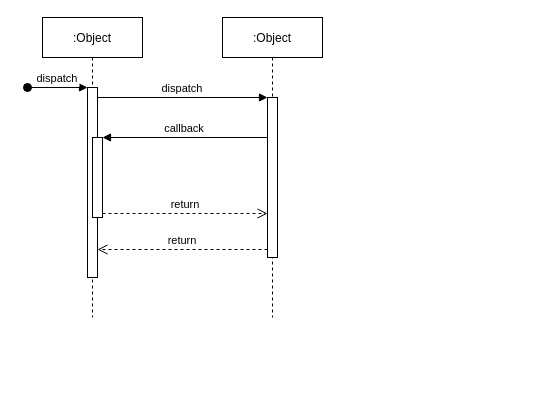
davidemarcoli/taboo-vaadin keeps this draw.io diagram as SequenceDiagram.drawio. Above is the earlier version. Source tidied: cells renumbered, new cells numbered last; positions are measured from the earlier drawing's top-left corner, leaving out a move shared by most shapes. Both pictures are drawn from the tidied source at 100%, with x=0, y=0 at pixel (27, 17).
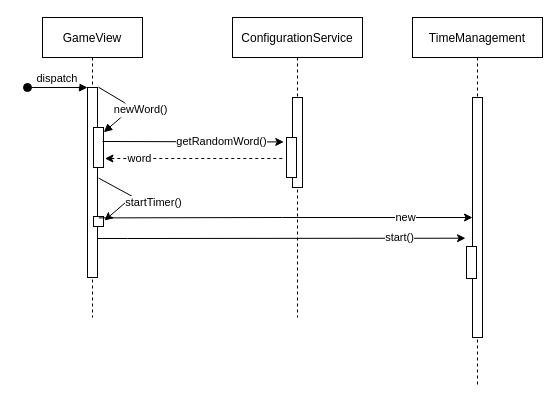
The same diagram, later.

The change refers to these unchanged cells:
```xml
<mxCell id="3" style="points=[];perimeter=orthogonalPerimeter;rounded=0;shadow=0;strokeWidth=1;" parent="2" vertex="1">
  <mxGeometry x="45" y="70" width="10" height="190" as="geometry" />
</mxCell>
```

Diff of the diagram source:
```diff
@@
-    <mxCell id="2" value=":Object" style="shape=umlLifeline;perimeter=lifelinePerimeter;rounded=0;shadow=0;strokeWidth=1;" parent="1" vertex="1">
+    <mxCell id="2" value="GameView" style="shape=umlLifeline;perimeter=lifelinePerimeter;rounded=0;shadow=0;strokeWidth=1;" parent="1" vertex="1">
       <mxGeometry x="15" width="100" height="300" as="geometry" />
     </mxCell>
@@
     <mxCell id="5" style="points=[];perimeter=orthogonalPerimeter;rounded=0;shadow=0;strokeWidth=1;" parent="2" vertex="1">
-      <mxGeometry x="50" y="120" width="10" height="80" as="geometry" />
+      <mxGeometry x="51" y="110" width="10" height="40" as="geometry" />
     </mxCell>
+    <mxCell id="9" value="newWord()" style="verticalAlign=bottom;endArrow=block;entryX=1.029;entryY=0.118;shadow=0;strokeWidth=1;entryDx=0;entryDy=0;entryPerimeter=0;exitX=1.086;exitY=-0.002;exitDx=0;exitDy=0;exitPerimeter=0;" parent="2" edge="1" source="3" target="5">
+      <mxGeometry x="-0.06" y="-14" relative="1" as="geometry">
+        <Array as="points">
+          <mxPoint x="90" y="90" />
+        </Array>
+        <mxPoint x="19" y="1" as="offset" />
+      </mxGeometry>
+    </mxCell>
+    <mxCell id="12" style="endArrow=classic;html=1;rounded=0;exitX=1.114;exitY=0.377;exitDx=0;exitDy=0;exitPerimeter=0;entryX=1.105;entryY=0.4;entryDx=0;entryDy=0;entryPerimeter=0;" parent="2" edge="1" target="14">
+      <mxGeometry relative="1" as="geometry">
+        <mxPoint x="56.1" y="160.6" as="sourcePoint" />
+        <Array as="points">
+          <mxPoint x="90" y="179" />
+        </Array>
+      </mxGeometry>
+    </mxCell>
+    <mxCell id="13" value="startTimer()" style="edgeLabel;html=1;align=center;verticalAlign=middle;" parent="12" vertex="1">
+      <mxGeometry x="-0.34" y="1" relative="1" as="geometry">
+        <mxPoint x="32" y="13" as="offset" />
+      </mxGeometry>
+    </mxCell>
+    <mxCell id="14" style="points=[];perimeter=orthogonalPerimeter;rounded=0;shadow=0;strokeWidth=1;" parent="2" vertex="1">
+      <mxGeometry x="51" y="199" width="10" height="10" as="geometry" />
+    </mxCell>
-    <mxCell id="6" value=":Object" style="shape=umlLifeline;perimeter=lifelinePerimeter;rounded=0;shadow=0;strokeWidth=1;" parent="1" vertex="1">
-      <mxGeometry x="195" width="100" height="300" as="geometry" />
+    <mxCell id="6" value="ConfigurationService" style="shape=umlLifeline;perimeter=lifelinePerimeter;rounded=0;shadow=0;strokeWidth=1;" parent="1" vertex="1">
+      <mxGeometry x="205" width="130" height="300" as="geometry" />
     </mxCell>
     <mxCell id="7" style="points=[];perimeter=orthogonalPerimeter;rounded=0;shadow=0;strokeWidth=1;" parent="6" vertex="1">
-      <mxGeometry x="45" y="80" width="10" height="160" as="geometry" />
+      <mxGeometry x="60" y="80" width="10" height="90" as="geometry" />
     </mxCell>
-    <mxCell id="8" value="return" style="verticalAlign=bottom;endArrow=open;dashed=1;endSize=8;exitX=0;exitY=0.95;shadow=0;strokeWidth=1;" parent="1" edge="1" source="7" target="3">
-      <mxGeometry relative="1" as="geometry" />
-    </mxCell>
-    <mxCell id="9" value="dispatch" style="verticalAlign=bottom;endArrow=block;entryX=0;entryY=0;shadow=0;strokeWidth=1;" parent="1" edge="1" source="3" target="7">
-      <mxGeometry relative="1" as="geometry" />
-    </mxCell>
-    <mxCell id="10" value="callback" style="verticalAlign=bottom;endArrow=block;entryX=1;entryY=0;shadow=0;strokeWidth=1;" parent="1" edge="1" source="7" target="5">
-      <mxGeometry relative="1" as="geometry" />
-    </mxCell>
-    <mxCell id="11" value="return" style="verticalAlign=bottom;endArrow=open;dashed=1;endSize=8;exitX=1;exitY=0.95;shadow=0;strokeWidth=1;" parent="1" edge="1" source="5" target="7">
-      <mxGeometry relative="1" as="geometry" />
-    </mxCell>
+    <mxCell id="15" style="points=[];perimeter=orthogonalPerimeter;rounded=0;shadow=0;strokeWidth=1;" parent="6" vertex="1">
+      <mxGeometry x="54" y="120" width="10" height="40" as="geometry" />
+    </mxCell>
+    <mxCell id="16" value="TimeManagement" style="shape=umlLifeline;perimeter=lifelinePerimeter;rounded=0;shadow=0;strokeWidth=1;" parent="1" vertex="1">
+      <mxGeometry x="385" width="130" height="370" as="geometry" />
+    </mxCell>
+    <mxCell id="17" style="perimeter=orthogonalPerimeter;rounded=0;shadow=0;strokeWidth=1;" parent="16" vertex="1">
+      <mxGeometry x="60" y="80" width="10" height="240" as="geometry" />
+    </mxCell>
+    <mxCell id="18" style="endArrow=classic;html=1;rounded=0;exitX=1.133;exitY=0.655;exitDx=0;exitDy=0;exitPerimeter=0;" parent="1" edge="1">
+      <mxGeometry relative="1" as="geometry">
+        <mxPoint x="71.3" y="200.4" as="sourcePoint" />
+        <mxPoint x="445" y="200" as="targetPoint" />
+        <Array as="points">
+          <mxPoint x="255" y="200" />
+        </Array>
+      </mxGeometry>
+    </mxCell>
+    <mxCell id="19" value="new" style="edgeLabel;html=1;align=center;verticalAlign=middle;" parent="18" vertex="1">
+      <mxGeometry x="0.64" y="1" relative="1" as="geometry" />
+    </mxCell>
+    <mxCell id="20" style="endArrow=classic;html=1;rounded=0;exitX=0.5;exitY=0.737;exitDx=0;exitDy=0;exitPerimeter=0;entryX=-0.1;entryY=0.179;entryDx=0;entryDy=0;entryPerimeter=0;" parent="1" edge="1">
+      <mxGeometry relative="1" as="geometry">
+        <mxPoint x="70" y="221" as="sourcePoint" />
+        <mxPoint x="438" y="220.7" as="targetPoint" />
+        <Array as="points">
+          <mxPoint x="100" y="221" />
+        </Array>
+      </mxGeometry>
+    </mxCell>
+    <mxCell id="21" value="start()" style="edgeLabel;html=1;align=center;verticalAlign=middle;" parent="20" vertex="1">
+      <mxGeometry x="0.64" y="1" relative="1" as="geometry" />
+    </mxCell>
+    <mxCell id="22" style="perimeter=orthogonalPerimeter;rounded=0;shadow=0;strokeWidth=1;" parent="1" vertex="1">
+      <mxGeometry x="439" y="229" width="10" height="32" as="geometry" />
+    </mxCell>
+    <mxCell id="23" style="endArrow=classic;html=1;rounded=0;entryX=-0.271;entryY=0.111;entryDx=0;entryDy=0;entryPerimeter=0;" parent="1" edge="1" target="15">
+      <mxGeometry relative="1" as="geometry">
+        <mxPoint x="75" y="124" as="sourcePoint" />
+      </mxGeometry>
+    </mxCell>
+    <mxCell id="24" value="getRandomWord()" style="edgeLabel;html=1;align=center;verticalAlign=middle;" parent="23" vertex="1">
+      <mxGeometry x="0.3" y="1" relative="1" as="geometry" />
+    </mxCell>
+    <mxCell id="25" style="endArrow=none;dashed=1;html=1;rounded=0;exitX=1.143;exitY=0.775;exitDx=0;exitDy=0;exitPerimeter=0;entryX=-0.271;entryY=0.525;entryDx=0;entryDy=0;entryPerimeter=0;startArrow=classic;startFill=1;" parent="1" edge="1" source="5" target="15">
+      <mxGeometry relative="1" as="geometry" />
+    </mxCell>
+    <mxCell id="26" value="word" style="edgeLabel;html=1;align=center;verticalAlign=middle;" parent="25" vertex="1">
+      <mxGeometry x="-0.62" y="1" relative="1" as="geometry" />
+    </mxCell>
```
